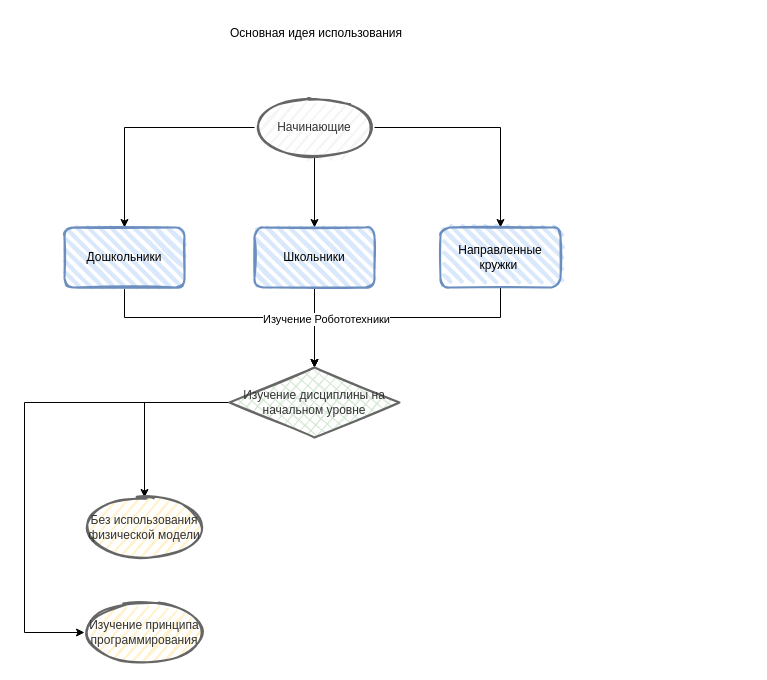
Earlier version of the draw.io diagram идея IDE.drawio (youngdaughterezelput/IDE_with_Programming). Source tidied: cells renumbered, new cells numbered last; positions are measured from the earlier drawing's top-left corner, leaving out a move shared by most shapes. Both pictures are drawn from the tidied source at 100%, with x=0, y=0 at pixel (24, 17).
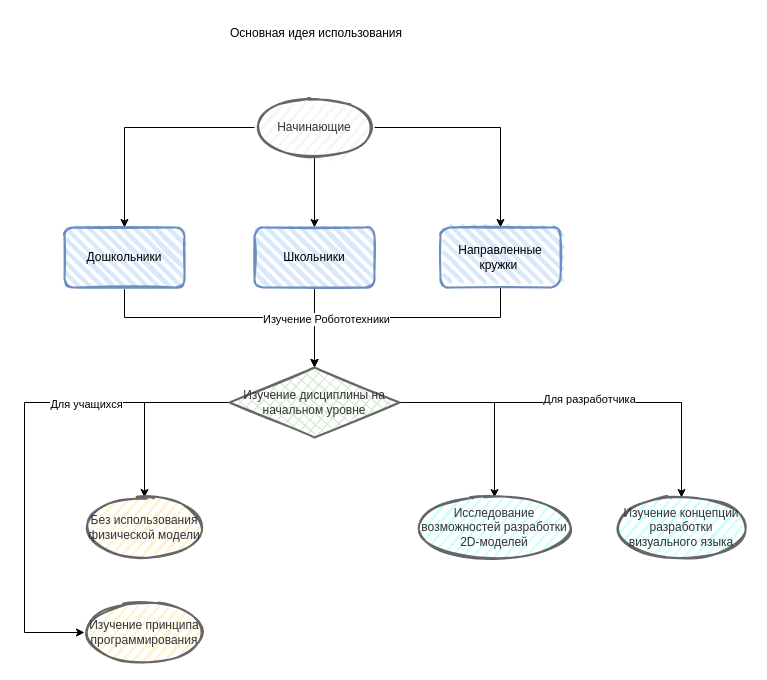
The same page after the edit.

The change refers to these unchanged cells:
```xml
<mxCell id="15" style="edgeStyle=orthogonalEdgeStyle;rounded=0;jettySize=auto;html=1;" parent="1" edge="1" source="16" target="18">
  <mxGeometry relative="1" as="geometry">
    <Array as="points">
      <mxPoint y="385" />
      <mxPoint y="615" />
    </Array>
  </mxGeometry>
</mxCell>
<mxCell id="16" value="Изучение дисциплины на начальном уровне" style="rhombus;whiteSpace=wrap;html=1;strokeWidth=2;fillWeight=-1;hachureGap=8;fillStyle=cross-hatch;sketch=1;fillColor=#D5E8D4;fontColor=#333333;strokeColor=#666666;" parent="1" vertex="1">
  <mxGeometry x="205" y="350" width="170" height="70" as="geometry" />
</mxCell>
```

Diff of the diagram source:
```diff
@@
+    <mxCell id="19" value="Для учащихся" style="edgeLabel;html=1;align=center;verticalAlign=middle;" parent="15" vertex="1">
+      <mxGeometry x="-0.42" y="1" relative="1" as="geometry" />
+    </mxCell>
+    <mxCell id="20" style="edgeStyle=orthogonalEdgeStyle;rounded=0;jettySize=auto;html=1;" parent="1" edge="1" source="16" target="23">
+      <mxGeometry relative="1" as="geometry" />
+    </mxCell>
+    <mxCell id="21" style="edgeStyle=orthogonalEdgeStyle;rounded=0;jettySize=auto;html=1;" parent="1" edge="1" source="16" target="24">
+      <mxGeometry relative="1" as="geometry" />
+    </mxCell>
+    <mxCell id="22" value="Для разработчика" style="edgeLabel;html=1;align=center;verticalAlign=middle;" parent="21" vertex="1">
+      <mxGeometry y="4" relative="1" as="geometry" />
+    </mxCell>
@@
+    <mxCell id="23" value="Исследование возможностей разработки 2D-моделей" style="ellipse;whiteSpace=wrap;html=1;strokeWidth=2;fillWeight=2;hachureGap=8;fillColor=#CCFFFF;fillStyle=dots;sketch=1;strokeColor=#666666;fontColor=#333333;" parent="1" vertex="1">
+      <mxGeometry x="390" y="480" width="160" height="60" as="geometry" />
+    </mxCell>
+    <mxCell id="24" value="Изучение концепции разработки визуального языка" style="ellipse;whiteSpace=wrap;html=1;strokeWidth=2;fillWeight=2;hachureGap=8;fillColor=#CCFFFF;fillStyle=dots;sketch=1;strokeColor=#666666;fontColor=#333333;" parent="1" vertex="1">
+      <mxGeometry x="590" y="480" width="134" height="60" as="geometry" />
+    </mxCell>
```
